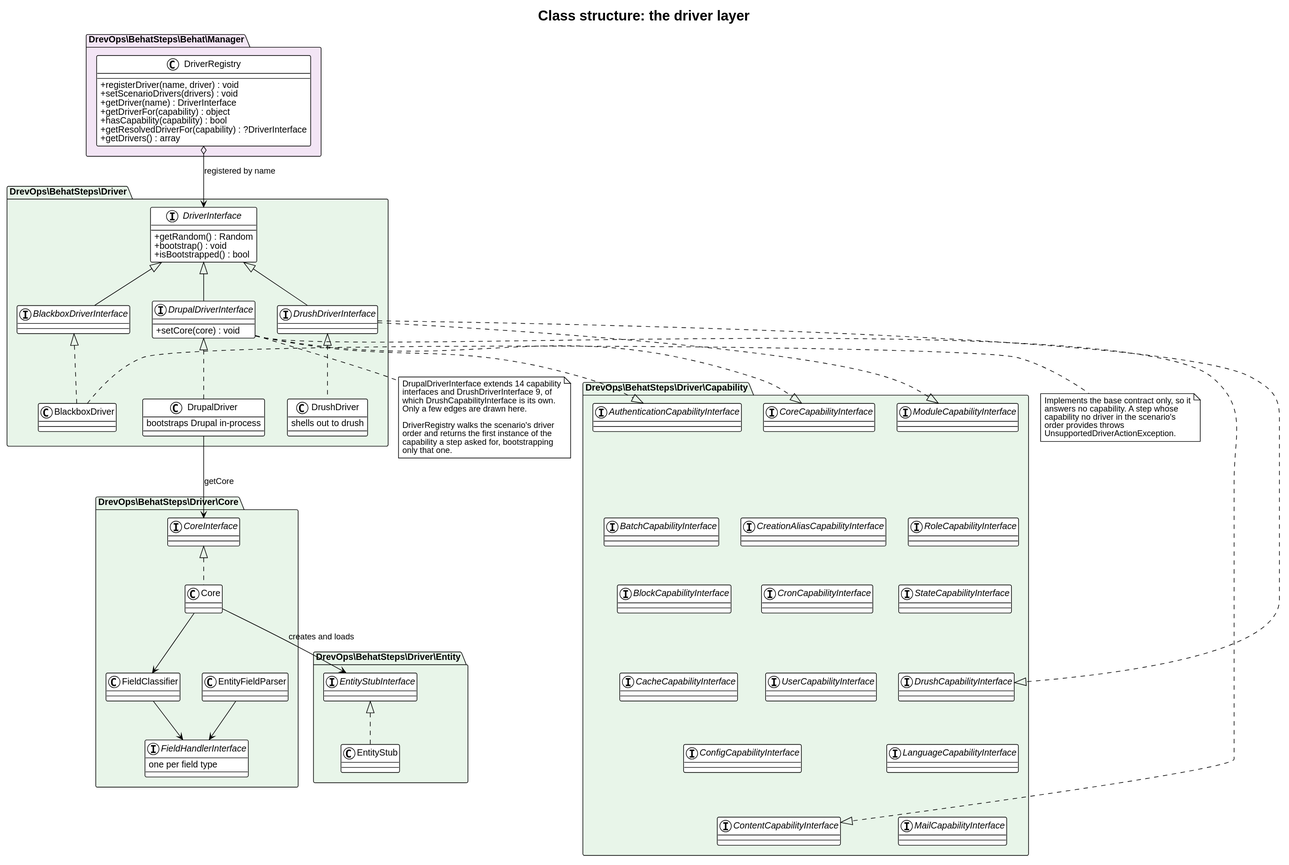
Above: docs/architecture/class-backends.svg in drevops/behat-steps (PlantUML), before the change.
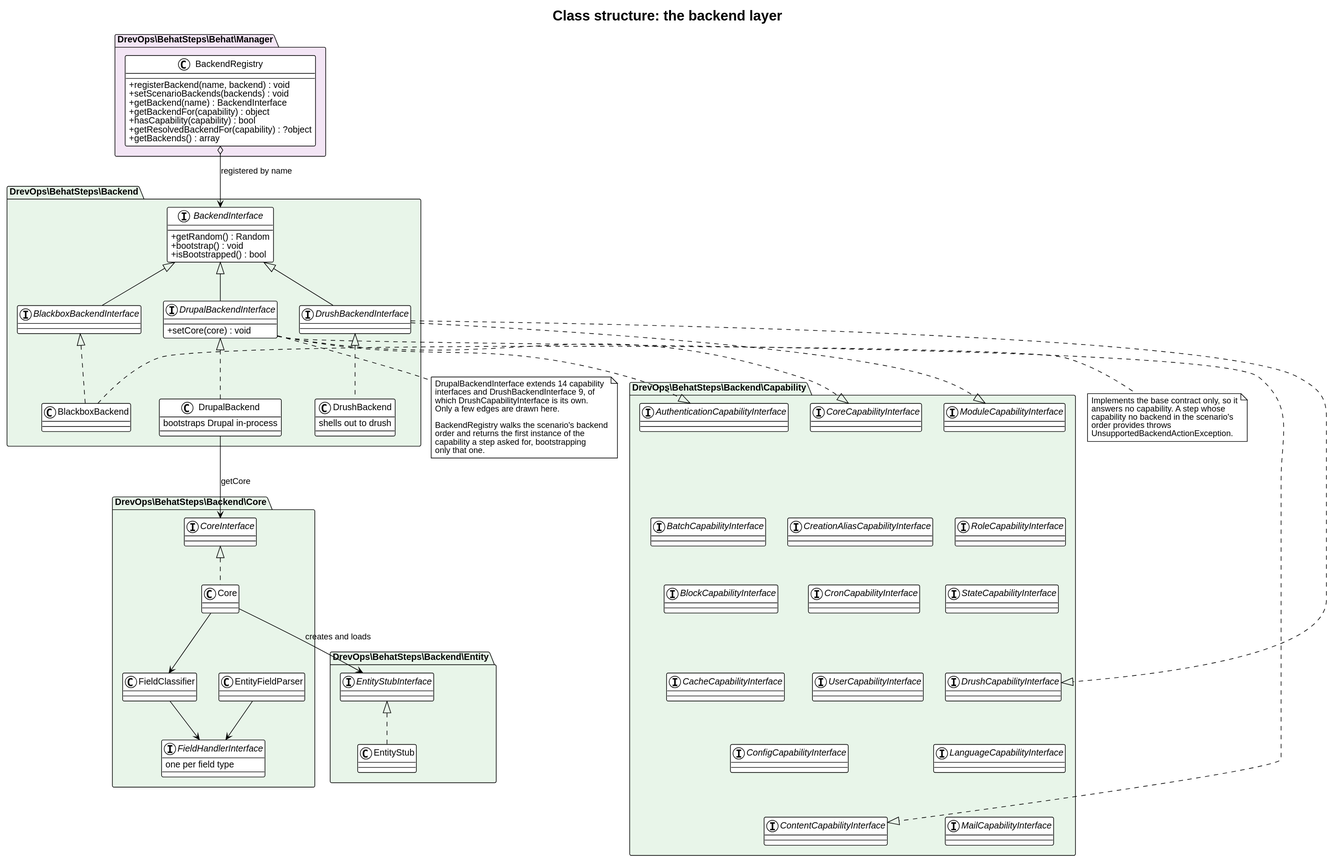
After the change.

Commit message:
[#893] Re-traced the architecture docs and diagrams for the backend layer.

Change to the diagram source:
```diff
@@ -4,52 +4,52 @@
 skinparam defaultFontName Helvetica
 skinparam shadowing false
 skinparam classAttributeIconSize 0
-title Class structure: the driver layer
+title Class structure: the backend layer
 
 package "DrevOps\\BehatSteps\\Behat\\Manager" #F3E5F5 {
-  class DriverRegistry {
-    +registerDriver(name, driver) : void
-    +setScenarioDrivers(drivers) : void
-    +getDriver(name) : DriverInterface
-    +getDriverFor(capability) : object
+  class BackendRegistry {
+    +registerBackend(name, backend) : void
+    +setScenarioBackends(backends) : void
+    +getBackend(name) : BackendInterface
+    +getBackendFor(capability) : object
     +hasCapability(capability) : bool
-    +getResolvedDriverFor(capability) : ?DriverInterface
-    +getDrivers() : array
+    +getResolvedBackendFor(capability) : ?object
+    +getBackends() : array
   }
 }
 
-package "DrevOps\\BehatSteps\\Driver" #E8F5E9 {
+package "DrevOps\\BehatSteps\\Backend" #E8F5E9 {
 
-  interface DriverInterface {
+  interface BackendInterface {
     +getRandom() : Random
     +bootstrap() : void
     +isBootstrapped() : bool
   }
 
-  interface BlackboxDriverInterface
-  interface DrupalDriverInterface {
+  interface BlackboxBackendInterface
+  interface DrupalBackendInterface {
     +setCore(core) : void
   }
-  interface DrushDriverInterface
+  interface DrushBackendInterface
 
-  class BlackboxDriver
-  class DrupalDriver {
+  class BlackboxBackend
+  class DrupalBackend {
     bootstraps Drupal in-process
   }
-  class DrushDriver {
+  class DrushBackend {
     shells out to drush
   }
 
-  DriverInterface <|-- BlackboxDriverInterface
-  DriverInterface <|-- DrupalDriverInterface
-  DriverInterface <|-- DrushDriverInterface
+  BackendInterface <|-- BlackboxBackendInterface
+  BackendInterface <|-- DrupalBackendInterface
+  BackendInterface <|-- DrushBackendInterface
 
-  BlackboxDriverInterface <|.. BlackboxDriver
-  DrupalDriverInterface <|.. DrupalDriver
-  DrushDriverInterface <|.. DrushDriver
+  BlackboxBackendInterface <|.. BlackboxBackend
+  DrupalBackendInterface <|.. DrupalBackend
+  DrushBackendInterface <|.. DrushBackend
 }
 
-package "DrevOps\\BehatSteps\\Driver\\Capability" #E8F5E9 {
+package "DrevOps\\BehatSteps\\Backend\\Capability" #E8F5E9 {
   interface AuthenticationCapabilityInterface
   interface BatchCapabilityInterface
   interface BlockCapabilityInterface
@@ -84,7 +84,7 @@
   StateCapabilityInterface -[hidden]down- UserCapabilityInterface
 }
 
-package "DrevOps\\BehatSteps\\Driver\\Core" #E8F5E9 {
+package "DrevOps\\BehatSteps\\Backend\\Core" #E8F5E9 {
   interface CoreInterface
   class Core
   interface FieldHandlerInterface {
@@ -99,38 +99,38 @@
   EntityFieldParser --> FieldHandlerInterface
 }
 
-package "DrevOps\\BehatSteps\\Driver\\Entity" #E8F5E9 {
+package "DrevOps\\BehatSteps\\Backend\\Entity" #E8F5E9 {
   interface EntityStubInterface
   class EntityStub
   EntityStubInterface <|.. EntityStub
 }
 
-DriverRegistry o--> DriverInterface : registered by name
+BackendRegistry o--> BackendInterface : registered by name
 
-DrupalDriverInterface ..|> AuthenticationCapabilityInterface
-DrupalDriverInterface ..|> ContentCapabilityInterface
-DrupalDriverInterface ..|> CoreCapabilityInterface
-DrushDriverInterface ..|> DrushCapabilityInterface
-DrushDriverInterface ..|> ModuleCapabilityInterface
+DrupalBackendInterface ..|> AuthenticationCapabilityInterface
+DrupalBackendInterface ..|> ContentCapabilityInterface
+DrupalBackendInterface ..|> CoreCapabilityInterface
+DrushBackendInterface ..|> DrushCapabilityInterface
+DrushBackendInterface ..|> ModuleCapabilityInterface
 
-DrupalDriver --> CoreInterface : getCore
+DrupalBackend --> CoreInterface : getCore
 Core --> EntityStubInterface : creates and loads
 
-note right of BlackboxDriver
+note right of BlackboxBackend
   Implements the base contract only, so it
   answers no capability. A step whose
-  capability no driver in the scenario's
+  capability no backend in the scenario's
   order provides throws
-  UnsupportedDriverActionException.
+  UnsupportedBackendActionException.
 end note
 
-note bottom of DrupalDriverInterface
-  DrupalDriverInterface extends 14 capability
-  interfaces and DrushDriverInterface 9, of
+note bottom of DrupalBackendInterface
+  DrupalBackendInterface extends 14 capability
+  interfaces and DrushBackendInterface 9, of
   which DrushCapabilityInterface is its own.
   Only a few edges are drawn here.
 
-  DriverRegistry walks the scenario's driver
+  BackendRegistry walks the scenario's backend
   order and returns the first instance of the
   capability a step asked for, bootstrapping
   only that one.
```
